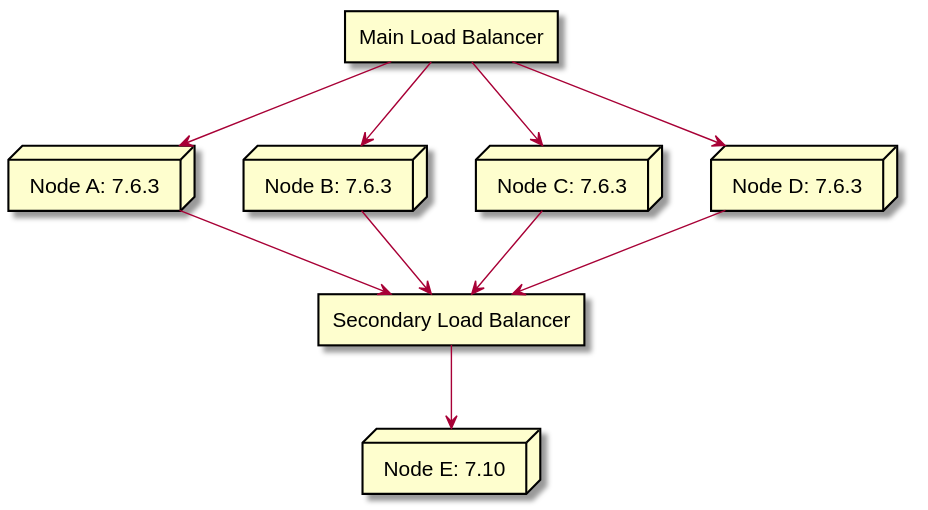
Before: documentation/components/upgrade_without_downtimes/mw-784-3.svg, a diagram exported from PlantUML (open-xchange/appsuite-middleware).
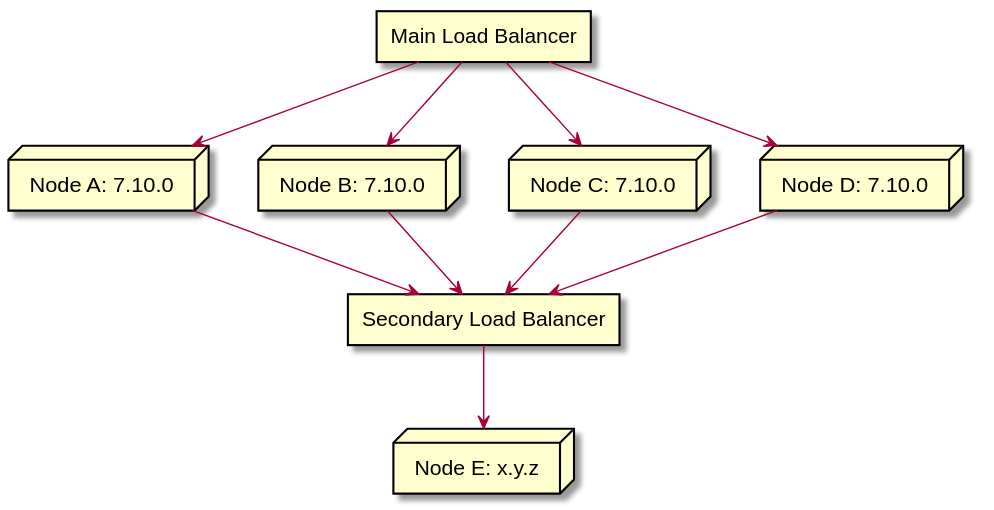
After the commit.

What changed in the source:
```diff
@@ -2,22 +2,22 @@
 rectangle "Main Load Balancer"
 rectangle "Secondary Load Balancer"
 
-node "Node A: 7.6.3"
-node "Node B: 7.6.3"
-node "Node C: 7.6.3"
-node "Node D: 7.6.3"
-node "Node E: 7.10"
+node "Node A: 7.10.0"
+node "Node B: 7.10.0"
+node "Node C: 7.10.0"
+node "Node D: 7.10.0"
+node "Node E: x.y.z"
 
-[Main Load Balancer] --> [Node A: 7.6.3]
-[Main Load Balancer] --> [Node B: 7.6.3]
-[Main Load Balancer] --> [Node C: 7.6.3]
-[Main Load Balancer] --> [Node D: 7.6.3]
-[Secondary Load Balancer] --> [Node E: 7.10]
+[Main Load Balancer] --> [Node A: 7.10.0]
+[Main Load Balancer] --> [Node B: 7.10.0]
+[Main Load Balancer] --> [Node C: 7.10.0]
+[Main Load Balancer] --> [Node D: 7.10.0]
+[Secondary Load Balancer] --> [Node E: x.y.z]
 
-[Node A: 7.6.3] --> [Secondary Load Balancer]
-[Node B: 7.6.3] --> [Secondary Load Balancer]
-[Node C: 7.6.3] --> [Secondary Load Balancer]
-[Node D: 7.6.3] --> [Secondary Load Balancer]
+[Node A: 7.10.0] --> [Secondary Load Balancer]
+[Node B: 7.10.0] --> [Secondary Load Balancer]
+[Node C: 7.10.0] --> [Secondary Load Balancer]
+[Node D: 7.10.0] --> [Secondary Load Balancer]
 
 
 @enduml
```
